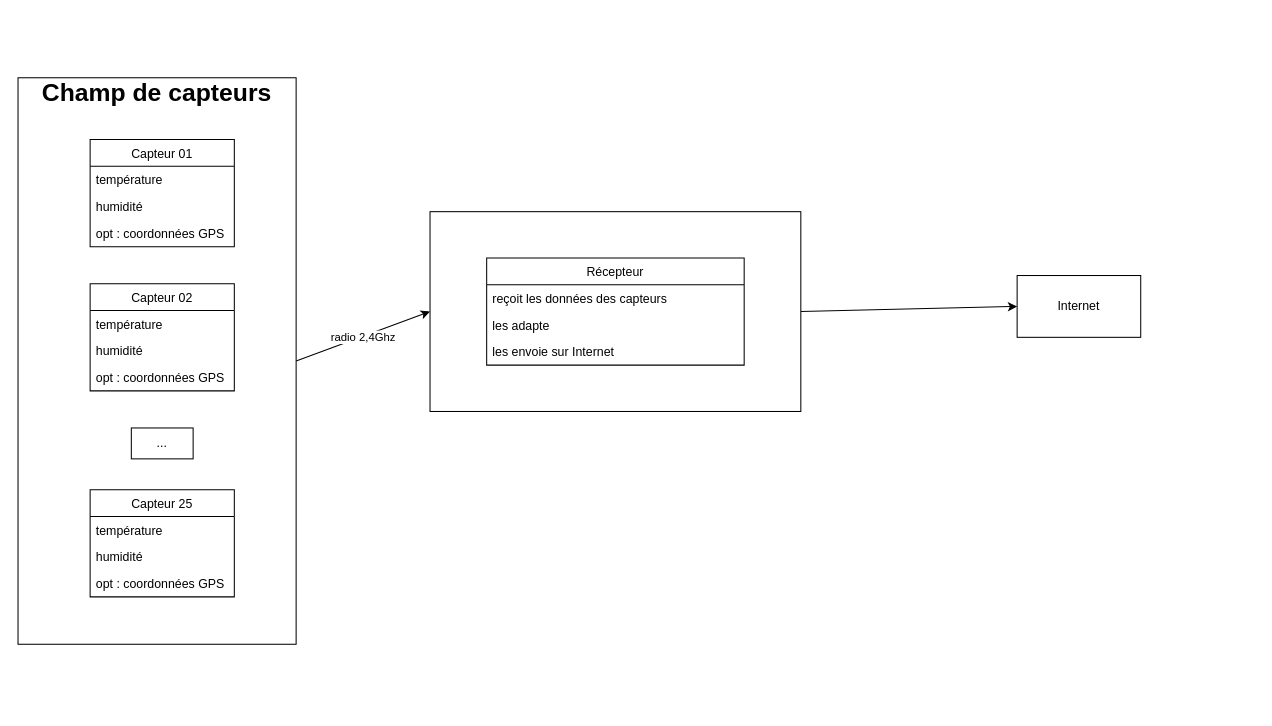
This is Diagramme.drawio from Gdonzeau/Frost, a draw.io file, before an edit. Source tidied: cells renumbered, new cells numbered last; positions are measured from the earlier drawing's top-left corner, leaving out a move shared by most shapes. Both pictures are drawn from the tidied source at 103%, with x=0, y=0 at pixel (18, 77).
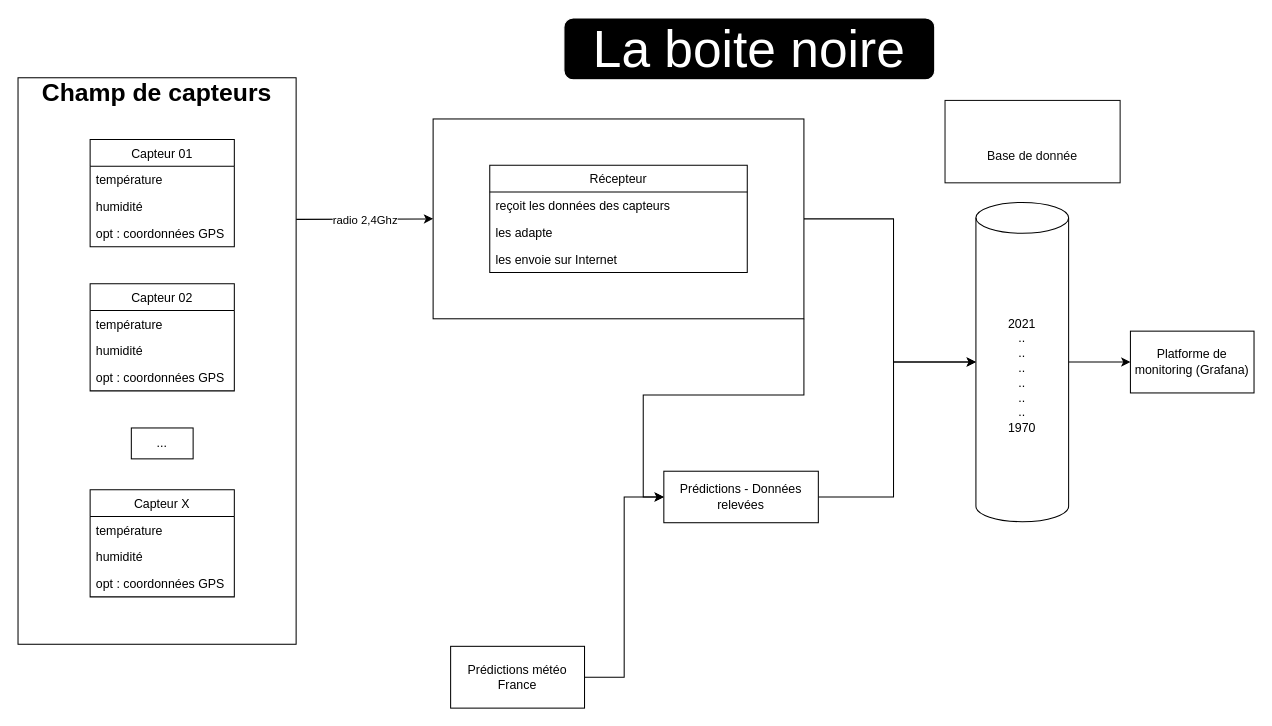
The same page after the edit.

Commit message:
add prédictions on diagram

The change refers to these unchanged cells:
```xml
<mxCell id="4" value="&lt;h1&gt;&lt;br&gt;&lt;/h1&gt;" style="rounded=0;whiteSpace=wrap;html=1;strokeColor=default;" parent="1" vertex="1">
  <mxGeometry width="270" height="550" as="geometry" />
</mxCell>
```

The edit, as a diff of the source:
```diff
@@
-    <mxCell id="2" style="rounded=0;jettySize=auto;html=1;exitX=1;exitY=0.5;exitDx=0;exitDy=0;entryX=0;entryY=0.5;entryDx=0;entryDy=0;" parent="1" edge="1" source="4" target="20">
+    <mxCell id="2" style="rounded=0;jettySize=auto;html=1;exitX=1;exitY=0.25;exitDx=0;exitDy=0;entryX=0;entryY=0.5;entryDx=0;entryDy=0;" parent="1" edge="1" source="4" target="20">
       <mxGeometry relative="1" as="geometry" />
     </mxCell>
@@
-    <mxCell id="13" value="Capteur 25" style="swimlane;fontStyle=0;horizontal=1;startSize=26;fillColor=none;" parent="1" vertex="1">
+    <mxCell id="13" value="Capteur X" style="swimlane;fontStyle=0;horizontal=1;startSize=26;fillColor=none;" parent="1" vertex="1">
       <mxGeometry x="70" y="400" width="140" height="104" as="geometry" />
     </mxCell>
@@
-    <mxCell id="19" style="rounded=0;jettySize=auto;html=1;exitX=1;exitY=0.5;exitDx=0;exitDy=0;entryX=0;entryY=0.5;entryDx=0;entryDy=0;" parent="1" edge="1" source="20" target="25">
-      <mxGeometry relative="1" as="geometry" />
-    </mxCell>
+    <mxCell id="26" style="edgeStyle=orthogonalEdgeStyle;rounded=0;jettySize=auto;html=1;exitX=1;exitY=1;exitDx=0;exitDy=0;entryX=0;entryY=0.5;entryDx=0;entryDy=0;" parent="1" edge="1" source="20" target="31">
+      <mxGeometry relative="1" as="geometry" />
+    </mxCell>
+    <mxCell id="27" style="edgeStyle=orthogonalEdgeStyle;rounded=0;jettySize=auto;html=1;exitX=1;exitY=0.5;exitDx=0;exitDy=0;entryX=0;entryY=0.5;entryDx=0;entryDy=0;entryPerimeter=0;" parent="1" edge="1" source="20" target="33">
+      <mxGeometry relative="1" as="geometry">
+        <Array as="points">
+          <mxPoint x="850" y="137" />
+          <mxPoint x="850" y="276" />
+        </Array>
+      </mxGeometry>
+    </mxCell>
     <mxCell id="20" style="rounded=0;whiteSpace=wrap;html=1;strokeColor=default;" parent="1" vertex="1">
-      <mxGeometry x="400" y="130" width="360" height="194" as="geometry" />
+      <mxGeometry x="403" y="40" width="360" height="194" as="geometry" />
     </mxCell>
     <mxCell id="21" value="Récepteur" style="swimlane;fontStyle=0;horizontal=1;startSize=26;fillColor=none;strokeColor=default;" parent="1" vertex="1">
-      <mxGeometry x="455" y="175" width="250" height="104" as="geometry" />
+      <mxGeometry x="458" y="85" width="250" height="104" as="geometry" />
     </mxCell>
@@
-    <mxCell id="25" value="Internet" style="rounded=0;whiteSpace=wrap;html=1;" parent="1" vertex="1">
-      <mxGeometry x="970" y="192" width="120" height="60" as="geometry" />
+    <mxCell id="25" value="Platforme de monitoring (Grafana)" style="rounded=0;whiteSpace=wrap;html=1;" parent="1" vertex="1">
+      <mxGeometry x="1080" y="246" width="120" height="60" as="geometry" />
     </mxCell>
+    <mxCell id="28" style="edgeStyle=orthogonalEdgeStyle;rounded=0;jettySize=auto;html=1;exitX=1;exitY=0.5;exitDx=0;exitDy=0;entryX=0;entryY=0.5;entryDx=0;entryDy=0;" parent="1" edge="1" source="29" target="31">
+      <mxGeometry relative="1" as="geometry" />
+    </mxCell>
+    <mxCell id="29" value="Prédictions météo France" style="rounded=0;whiteSpace=wrap;html=1;" parent="1" vertex="1">
+      <mxGeometry x="420" y="552" width="130" height="60" as="geometry" />
+    </mxCell>
+    <mxCell id="30" style="edgeStyle=orthogonalEdgeStyle;rounded=0;jettySize=auto;html=1;exitX=1;exitY=0.5;exitDx=0;exitDy=0;" parent="1" edge="1" source="31" target="33">
+      <mxGeometry relative="1" as="geometry">
+        <Array as="points">
+          <mxPoint x="850" y="407" />
+          <mxPoint x="850" y="276" />
+        </Array>
+      </mxGeometry>
+    </mxCell>
+    <mxCell id="31" value="Prédictions - Données relevées" style="rounded=0;whiteSpace=wrap;html=1;" parent="1" vertex="1">
+      <mxGeometry x="627" y="382" width="150" height="50" as="geometry" />
+    </mxCell>
+    <mxCell id="32" style="edgeStyle=orthogonalEdgeStyle;rounded=0;jettySize=auto;html=1;exitX=1;exitY=0.5;exitDx=0;exitDy=0;exitPerimeter=0;entryX=0;entryY=0.5;entryDx=0;entryDy=0;" parent="1" edge="1" source="33" target="25">
+      <mxGeometry relative="1" as="geometry" />
+    </mxCell>
+    <mxCell id="33" value="2021&lt;br&gt;..&lt;br&gt;..&lt;br&gt;..&lt;br&gt;..&lt;br&gt;..&lt;br&gt;..&lt;br&gt;1970" style="shape=cylinder3;whiteSpace=wrap;html=1;boundedLbl=1;backgroundOutline=1;size=15;" parent="1" vertex="1">
+      <mxGeometry x="930" y="121" width="90" height="310" as="geometry" />
+    </mxCell>
+    <mxCell id="34" value="&lt;font color=&quot;#ffffff&quot; style=&quot;font-size: 50px&quot;&gt;La boite noire&lt;/font&gt;" style="rounded=1;whiteSpace=wrap;html=1;fillColor=#000000;strokeColor=#FFFFFF;" parent="1" vertex="1">
+      <mxGeometry x="530" y="-58" width="360" height="60" as="geometry" />
+    </mxCell>
+    <mxCell id="35" value="&lt;p&gt;&lt;font color=&quot;#0a0a0a&quot; style=&quot;line-height: 0.3 ; font-size: 12px&quot;&gt;Base de donnée&lt;/font&gt;&lt;/p&gt;" style="rounded=0;whiteSpace=wrap;html=1;fontSize=50;fontColor=#FFFFFF;strokeColor=#0F0F0F;fillColor=#FFFFFF;" parent="1" vertex="1">
+      <mxGeometry x="900" y="22" width="170" height="80" as="geometry" />
+    </mxCell>
```
